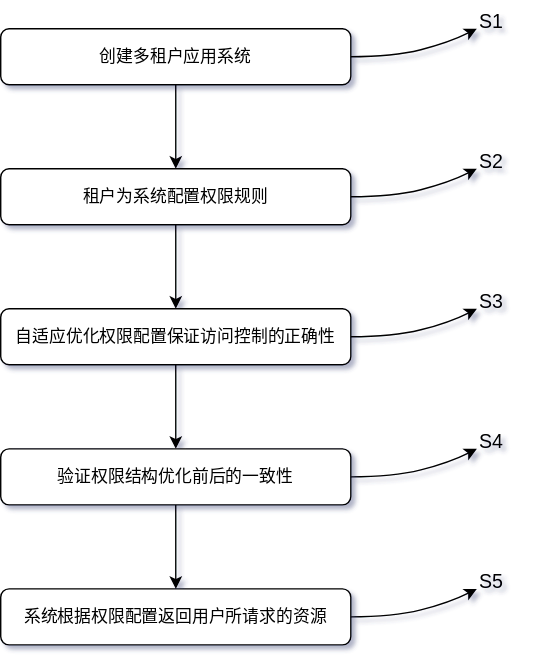
Before: 面向低代码平台的自适应访问控制流程示意图.svg, a diagram exported from draw.io (Zr-2021/draw.io_folder). Source tidied: cells renumbered, new cells last; positions are measured from the earlier drawing's top-left corner, leaving out a move shared by most shapes.
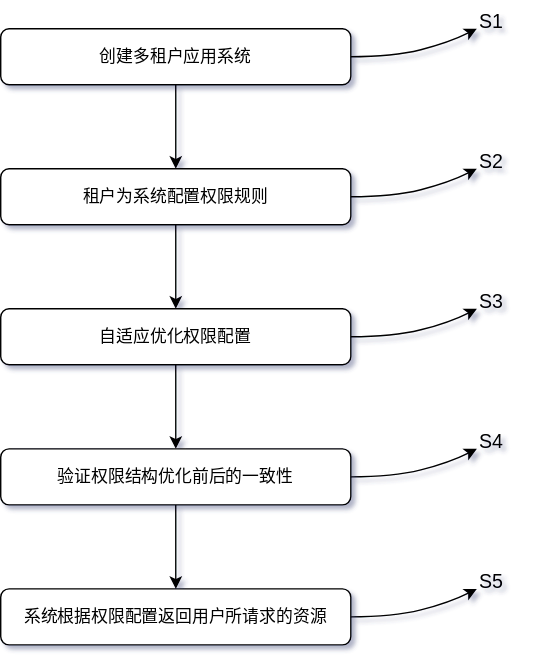
The same diagram one commit later.

Commit message:
更新面向低代码平台的自适应访问控制流程示意图.svg

What changed in the source:
```diff
@@ -17,7 +17,7 @@
     <mxCell id="6" style="edgeStyle=orthogonalEdgeStyle;rounded=0;jettySize=auto;html=1;exitX=0.5;exitY=1;exitDx=0;exitDy=0;entryX=0.5;entryY=0;entryDx=0;entryDy=0;" parent="1" edge="1" source="7" target="9">
       <mxGeometry relative="1" as="geometry" />
     </mxCell>
-    <mxCell id="7" value="自适应优化权限配置保证访问控制的正确性" style="rounded=1;whiteSpace=wrap;html=1;fontSize=12;glass=0;strokeWidth=1;shadow=0;" parent="1" vertex="1">
+    <mxCell id="7" value="自适应优化权限配置" style="rounded=1;whiteSpace=wrap;html=1;fontSize=12;glass=0;strokeWidth=1;shadow=0;" parent="1" vertex="1">
       <mxGeometry y="220" width="250" height="40" as="geometry" />
     </mxCell>
     <mxCell id="8" style="edgeStyle=orthogonalEdgeStyle;rounded=0;jettySize=auto;html=1;exitX=0.5;exitY=1;exitDx=0;exitDy=0;entryX=0.5;entryY=0;entryDx=0;entryDy=0;" parent="1" edge="1" source="9" target="10">
```
